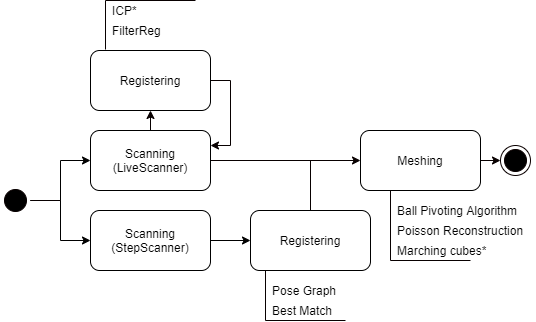
Above: images/scanner3d.png in Belval/Scanner3D (draw.io), before the change. Source tidied: cells renumbered, new cells last; positions are measured from the earlier drawing's top-left corner, leaving out a move shared by most shapes. Its diagram source:
```xml
<mxGraphModel>
  <root>
    <mxCell id="0" />
    <mxCell id="1" parent="0" />
    <mxCell id="2" style="edgeStyle=orthogonalEdgeStyle;rounded=0;jettySize=auto;html=1;entryX=0;entryY=0.5;entryDx=0;entryDy=0;exitX=1;exitY=0.5;exitDx=0;exitDy=0;" parent="1" edge="1" target="5">
      <mxGeometry relative="1" as="geometry">
        <mxPoint x="30" y="200" as="sourcePoint" />
      </mxGeometry>
    </mxCell>
    <mxCell id="3" style="edgeStyle=orthogonalEdgeStyle;rounded=0;jettySize=auto;html=1;exitX=0.5;exitY=0;exitDx=0;exitDy=0;entryX=0.5;entryY=1;entryDx=0;entryDy=0;strokeColor=#080000;" parent="1" edge="1" source="5" target="14">
      <mxGeometry relative="1" as="geometry" />
    </mxCell>
    <mxCell id="4" style="edgeStyle=orthogonalEdgeStyle;rounded=0;jettySize=auto;html=1;exitX=1;exitY=0.5;exitDx=0;exitDy=0;strokeColor=#080000;" parent="1" edge="1" source="5">
      <mxGeometry relative="1" as="geometry">
        <mxPoint x="360" y="160" as="targetPoint" />
      </mxGeometry>
    </mxCell>
    <mxCell id="5" value="Scanning&lt;br&gt;(LiveScanner)" style="rounded=1;whiteSpace=wrap;html=1;" parent="1" vertex="1">
      <mxGeometry x="90" y="130" width="120" height="60" as="geometry" />
    </mxCell>
    <mxCell id="6" style="edgeStyle=orthogonalEdgeStyle;rounded=0;jettySize=auto;html=1;exitX=1;exitY=0.5;exitDx=0;exitDy=0;entryX=0;entryY=0.5;entryDx=0;entryDy=0;" parent="1" edge="1" target="8">
      <mxGeometry relative="1" as="geometry">
        <mxPoint x="30" y="200" as="sourcePoint" />
      </mxGeometry>
    </mxCell>
    <mxCell id="7" style="edgeStyle=orthogonalEdgeStyle;rounded=0;jettySize=auto;html=1;exitX=1;exitY=0.5;exitDx=0;exitDy=0;entryX=0;entryY=0.5;entryDx=0;entryDy=0;" parent="1" edge="1" source="8" target="10">
      <mxGeometry relative="1" as="geometry" />
    </mxCell>
    <mxCell id="8" value="Scanning&lt;br&gt;(StepScanner)" style="rounded=1;whiteSpace=wrap;html=1;" parent="1" vertex="1">
      <mxGeometry x="90" y="210" width="120" height="60" as="geometry" />
    </mxCell>
    <mxCell id="9" style="edgeStyle=orthogonalEdgeStyle;rounded=0;jettySize=auto;html=1;exitX=0.5;exitY=0;exitDx=0;exitDy=0;strokeColor=#080000;endArrow=none;endFill=0;" parent="1" edge="1" source="10">
      <mxGeometry relative="1" as="geometry">
        <mxPoint x="310" y="160" as="targetPoint" />
      </mxGeometry>
    </mxCell>
    <mxCell id="10" value="Registering" style="rounded=1;whiteSpace=wrap;html=1;" parent="1" vertex="1">
      <mxGeometry x="250" y="210" width="120" height="60" as="geometry" />
    </mxCell>
    <mxCell id="11" style="ellipse;html=1;shape=startState;fillColor=#000000;strokeColor=#080000;" parent="1" vertex="1">
      <mxGeometry y="185" width="30" height="30" as="geometry" />
    </mxCell>
    <mxCell id="12" style="edgeStyle=orthogonalEdgeStyle;html=1;verticalAlign=bottom;endArrow=none;endSize=8;strokeColor=#080000;endFill=0;" parent="1" edge="1" source="11">
      <mxGeometry relative="1" as="geometry">
        <mxPoint x="60" y="200" as="targetPoint" />
      </mxGeometry>
    </mxCell>
    <mxCell id="13" style="edgeStyle=orthogonalEdgeStyle;rounded=0;jettySize=auto;html=1;exitX=1;exitY=0.5;exitDx=0;exitDy=0;entryX=1;entryY=0.25;entryDx=0;entryDy=0;strokeColor=#080000;" parent="1" edge="1" source="14" target="5">
      <mxGeometry relative="1" as="geometry" />
    </mxCell>
    <mxCell id="14" value="Registering" style="rounded=1;whiteSpace=wrap;html=1;" parent="1" vertex="1">
      <mxGeometry x="90" y="50" width="120" height="60" as="geometry" />
    </mxCell>
    <mxCell id="15" style="ellipse;html=1;shape=endState;fillColor=#000000;strokeColor=#0A0000;" parent="1" vertex="1">
      <mxGeometry x="500" y="145" width="30" height="30" as="geometry" />
    </mxCell>
    <mxCell id="16" style="edgeStyle=orthogonalEdgeStyle;rounded=0;jettySize=auto;html=1;exitX=1;exitY=0.5;exitDx=0;exitDy=0;entryX=0;entryY=0.5;entryDx=0;entryDy=0;strokeColor=#080000;" parent="1" edge="1" source="17" target="15">
      <mxGeometry relative="1" as="geometry" />
    </mxCell>
    <mxCell id="17" value="Meshing" style="rounded=1;whiteSpace=wrap;html=1;" parent="1" vertex="1">
      <mxGeometry x="360" y="130" width="120" height="60" as="geometry" />
    </mxCell>
    <mxCell id="18" style="endArrow=none;html=1;strokeColor=#080000;entryX=0.25;entryY=1;entryDx=0;entryDy=0;" parent="1" edge="1" target="17">
      <mxGeometry relative="1" as="geometry">
        <mxPoint x="390" y="260" as="sourcePoint" />
      </mxGeometry>
    </mxCell>
    <mxCell id="19" style="endArrow=none;html=1;strokeColor=#080000;" parent="1" edge="1">
      <mxGeometry relative="1" as="geometry">
        <mxPoint x="390" y="260" as="sourcePoint" />
        <mxPoint x="470" y="260" as="targetPoint" />
      </mxGeometry>
    </mxCell>
    <mxCell id="20" value="Ball Pivoting Algorithm" style="text;html=1;align=left;verticalAlign=middle;" parent="1" vertex="1">
      <mxGeometry x="395" y="200" width="130" height="20" as="geometry" />
    </mxCell>
    <mxCell id="21" value="Poisson Reconstruction" style="text;html=1;align=left;verticalAlign=middle;" parent="1" vertex="1">
      <mxGeometry x="395" y="220" width="140" height="20" as="geometry" />
    </mxCell>
    <mxCell id="22" value="Marching cubes*" style="text;html=1;align=left;verticalAlign=middle;" parent="1" vertex="1">
      <mxGeometry x="395" y="240" width="100" height="20" as="geometry" />
    </mxCell>
    <mxCell id="23" style="endArrow=none;html=1;strokeColor=#080000;entryX=0.25;entryY=1;entryDx=0;entryDy=0;" parent="1" edge="1">
      <mxGeometry relative="1" as="geometry">
        <mxPoint x="265" y="320" as="sourcePoint" />
        <mxPoint x="265" y="270" as="targetPoint" />
      </mxGeometry>
    </mxCell>
    <mxCell id="24" style="endArrow=none;html=1;strokeColor=#080000;" parent="1" edge="1">
      <mxGeometry relative="1" as="geometry">
        <mxPoint x="265" y="320" as="sourcePoint" />
        <mxPoint x="345" y="320" as="targetPoint" />
      </mxGeometry>
    </mxCell>
    <mxCell id="25" value="Pose Graph" style="text;html=1;align=left;verticalAlign=middle;" parent="1" vertex="1">
      <mxGeometry x="270" y="280" width="80" height="20" as="geometry" />
    </mxCell>
    <mxCell id="26" value="Best Match&amp;nbsp;" style="text;html=1;align=left;verticalAlign=middle;" parent="1" vertex="1">
      <mxGeometry x="270" y="300" width="80" height="20" as="geometry" />
    </mxCell>
    <mxCell id="27" style="endArrow=none;html=1;strokeColor=#080000;" parent="1" edge="1">
      <mxGeometry relative="1" as="geometry">
        <mxPoint x="105" y="49" as="sourcePoint" />
        <mxPoint x="105" as="targetPoint" />
      </mxGeometry>
    </mxCell>
    <mxCell id="28" value="ICP*" style="text;html=1;align=left;verticalAlign=middle;" parent="1" vertex="1">
      <mxGeometry x="110" width="40" height="20" as="geometry" />
    </mxCell>
    <mxCell id="29" value="FilterReg" style="text;html=1;align=left;verticalAlign=middle;" parent="1" vertex="1">
      <mxGeometry x="110" y="20" width="60" height="20" as="geometry" />
    </mxCell>
    <mxCell id="30" style="endArrow=none;html=1;strokeColor=#080000;" parent="1" edge="1">
      <mxGeometry relative="1" as="geometry">
        <mxPoint x="105" as="sourcePoint" />
        <mxPoint x="195" as="targetPoint" />
      </mxGeometry>
    </mxCell>
  </root>
</mxGraphModel>
```
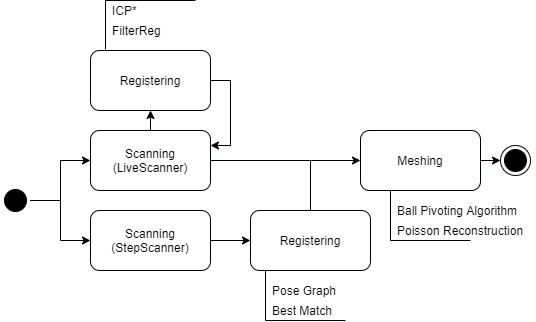
Later version of the same file.

Diff of the diagram source:
```diff
@@ -62,13 +62,13 @@
     </mxCell>
     <mxCell id="18" style="endArrow=none;html=1;strokeColor=#080000;entryX=0.25;entryY=1;entryDx=0;entryDy=0;" parent="1" edge="1" target="17">
       <mxGeometry relative="1" as="geometry">
-        <mxPoint x="390" y="260" as="sourcePoint" />
+        <mxPoint x="390" y="240" as="sourcePoint" />
       </mxGeometry>
     </mxCell>
     <mxCell id="19" style="endArrow=none;html=1;strokeColor=#080000;" parent="1" edge="1">
       <mxGeometry relative="1" as="geometry">
-        <mxPoint x="390" y="260" as="sourcePoint" />
-        <mxPoint x="470" y="260" as="targetPoint" />
+        <mxPoint x="390" y="240" as="sourcePoint" />
+        <mxPoint x="470" y="240" as="targetPoint" />
       </mxGeometry>
     </mxCell>
     <mxCell id="20" value="Ball Pivoting Algorithm" style="text;html=1;align=left;verticalAlign=middle;" parent="1" vertex="1">
@@ -77,9 +77,6 @@
     <mxCell id="21" value="Poisson Reconstruction" style="text;html=1;align=left;verticalAlign=middle;" parent="1" vertex="1">
       <mxGeometry x="395" y="220" width="140" height="20" as="geometry" />
     </mxCell>
-    <mxCell id="22" value="Marching cubes*" style="text;html=1;align=left;verticalAlign=middle;" parent="1" vertex="1">
-      <mxGeometry x="395" y="240" width="100" height="20" as="geometry" />
-    </mxCell>
     <mxCell id="23" style="endArrow=none;html=1;strokeColor=#080000;entryX=0.25;entryY=1;entryDx=0;entryDy=0;" parent="1" edge="1">
       <mxGeometry relative="1" as="geometry">
         <mxPoint x="265" y="320" as="sourcePoint" />
```
